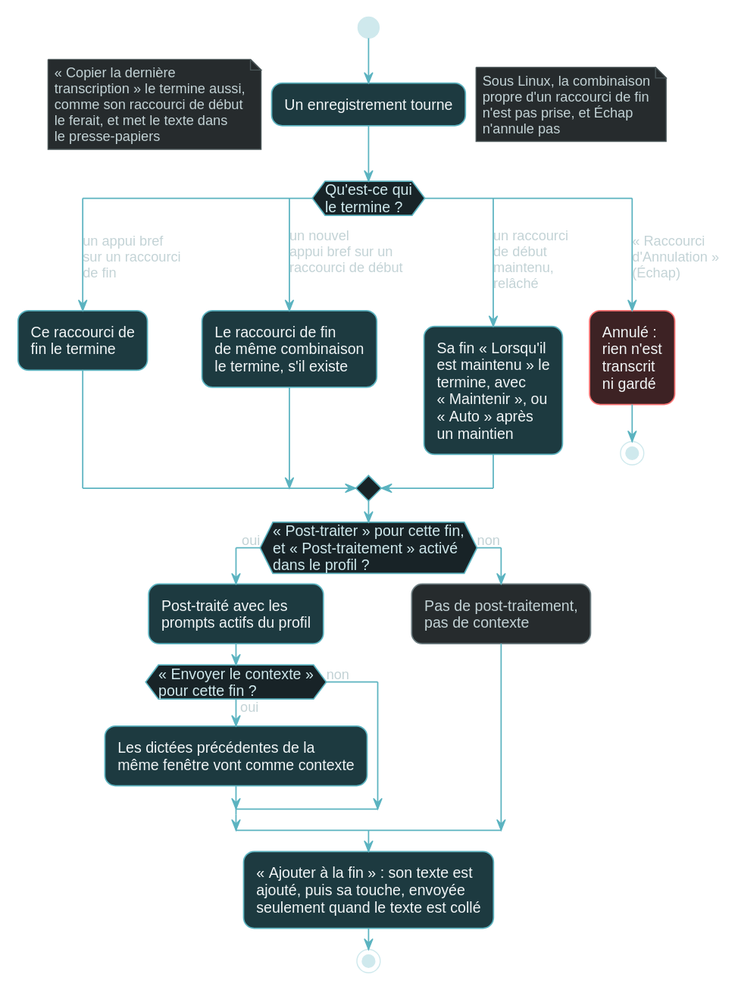
Earlier version of the PlantUML export docs/manual/public/diagrams/fr/how-a-recording-ends.dark.svg (yaccob/DanyWhere).
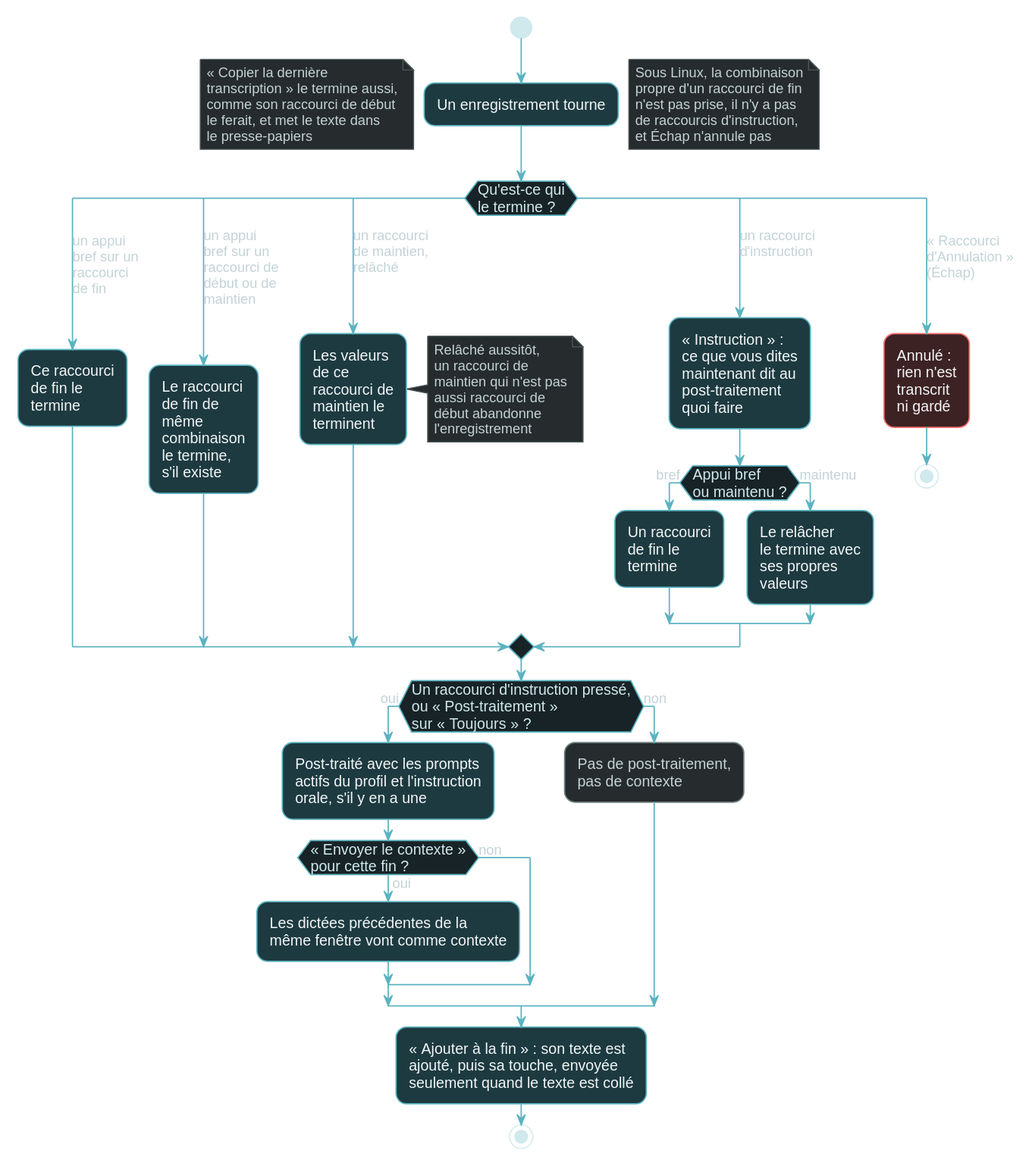
After the change.

Change to the diagram source:
```diff
@@ -3,18 +3,26 @@
 !$no = "non"
 !$runs = "Un enregistrement tourne"
 !$noteCopy = "« Copier la dernière\ntranscription » le termine aussi,\ncomme son raccourci de début\nle ferait, et met le texte dans\nle presse-papiers"
-!$noteLinux = "Sous Linux, la combinaison\npropre d'un raccourci de fin\nn'est pas prise, et Échap\nn'annule pas"
+!$noteLinux = "Sous Linux, la combinaison\npropre d'un raccourci de fin\nn'est pas prise, il n'y a pas\nde raccourcis d'instruction,\net Échap n'annule pas"
 !$qWhat = "Qu'est-ce qui\nle termine ?"
-!$aEndKey = "un appui bref\nsur un raccourci\nde fin"
-!$endKey = "Ce raccourci de\nfin le termine"
-!$aStartAgain = "un nouvel\nappui bref sur un\nraccourci de début"
-!$startAgain = "Le raccourci de fin\nde même combinaison\nle termine, s'il existe"
-!$aReleased = "un raccourci\nde début\nmaintenu,\nrelâché"
-!$held = "Sa fin « Lorsqu'il\nest maintenu » le\ntermine, avec\n« Maintenir », ou\n« Auto » après\nun maintien"
+!$aEndKey = "un appui\nbref sur un\nraccourci\nde fin"
+!$endKey = "Ce raccourci\nde fin le\ntermine"
+!$aStartAgain = "un appui\nbref sur un\nraccourci de\ndébut ou de\nmaintien"
+!$startAgain = "Le raccourci\nde fin de\nmême\ncombinaison\nle termine,\ns'il existe"
+!$aReleased = "un raccourci\nde maintien,\nrelâché"
+!$held = "Les valeurs\nde ce\nraccourci de\nmaintien le\nterminent"
+!$noteShort = "Relâché aussitôt,\nun raccourci de\nmaintien qui n'est pas\naussi raccourci de\ndébut abandonne\nl'enregistrement"
+!$aInstruction = "un raccourci\nd'instruction"
+!$instruction = "« Instruction » :\nce que vous dites\nmaintenant dit au\npost-traitement\nquoi faire"
+!$qInstrHow = "Appui bref\nou maintenu ?"
+!$aTapped = "bref"
+!$aHeld = "maintenu"
+!$instrTapped = "Un raccourci\nde fin le\ntermine"
+!$instrHeld = "Le relâcher\nle termine avec\nses propres\nvaleurs"
 !$aCancel = "« Raccourci\nd'Annulation »\n(Échap)"
 !$cancelled = "Annulé :\nrien n'est\ntranscrit\nni gardé"
-!$qPost = "« Post-traiter » pour cette fin,\net « Post-traitement » activé\ndans le profil ?"
-!$post = "Post-traité avec les\nprompts actifs du profil"
+!$qPost = "Un raccourci d'instruction pressé,\nou « Post-traitement »\nsur « Toujours » ?"
+!$post = "Post-traité avec les prompts\nactifs du profil et l'instruction\norale, s'il y en a une"
 !$qContext = "« Envoyer le contexte »\npour cette fin ?"
 !$context = "Les dictées précédentes de la\nmême fenêtre vont comme contexte"
 !$notPost = "Pas de post-traitement,\npas de contexte"
```
